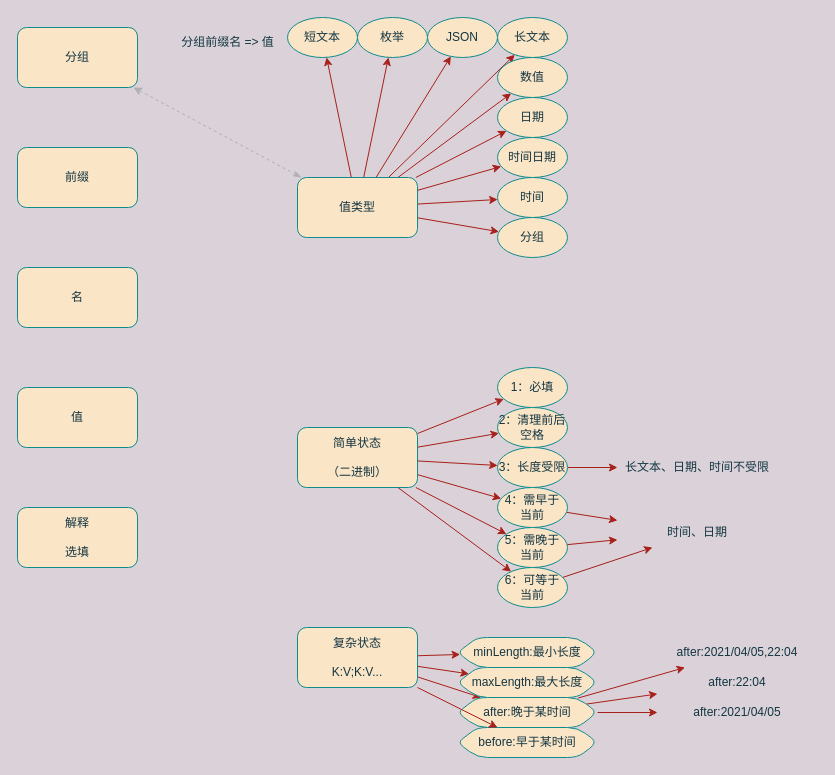
This is API 推测图.drawio from uiosun/diagrams, a draw.io file, before an edit. Source tidied: cells renumbered, new cells numbered last; positions are measured from the earlier drawing's top-left corner, leaving out a move shared by most shapes. Both pictures are drawn from the tidied source at 100%, with x=0, y=0 at pixel (17, 17).
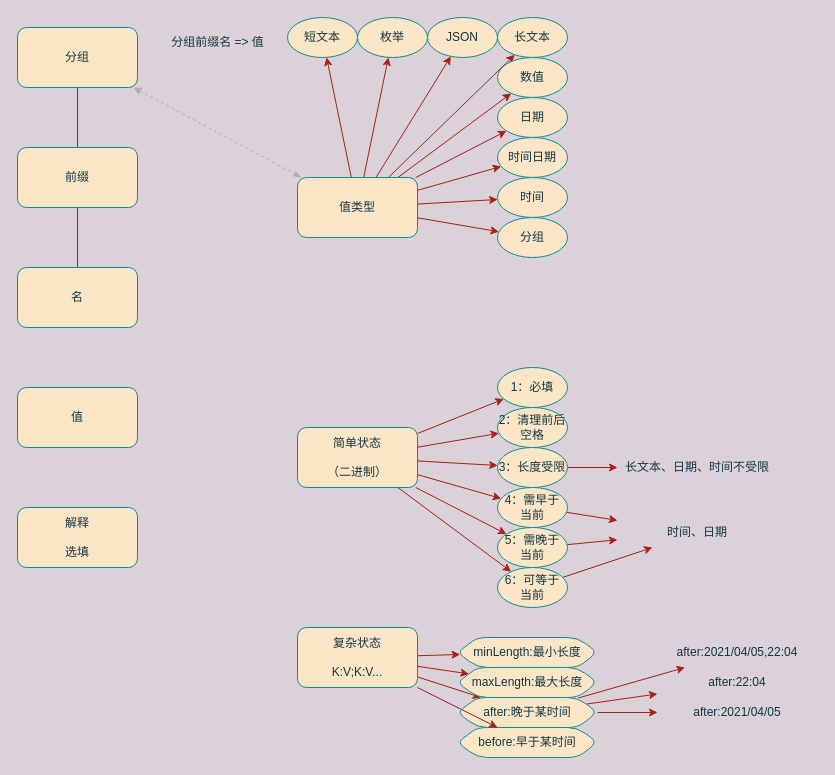
Above is the later version.

Unchanged cells that the change refers to:
```xml
<mxCell id="13" value="分组" style="rounded=1;whiteSpace=wrap;html=1;fillColor=#FAE5C7;strokeColor=#0F8B8D;fontColor=#143642;" parent="1" vertex="1">
  <mxGeometry y="10" width="120" height="60" as="geometry" />
</mxCell>
<mxCell id="14" value="前缀" style="rounded=1;whiteSpace=wrap;html=1;fillColor=#FAE5C7;strokeColor=#0F8B8D;fontColor=#143642;" parent="1" vertex="1">
  <mxGeometry y="130" width="120" height="60" as="geometry" />
</mxCell>
<mxCell id="15" value="名" style="rounded=1;whiteSpace=wrap;html=1;fillColor=#FAE5C7;strokeColor=#0F8B8D;fontColor=#143642;" parent="1" vertex="1">
  <mxGeometry y="250" width="120" height="60" as="geometry" />
</mxCell>
```

What changed in the source:
```diff
@@
+    <mxCell id="62" style="edgeStyle=none;curved=0;rounded=1;sketch=0;jettySize=auto;html=1;fontColor=#143642;startArrow=none;startFill=0;strokeColor=#A8201A;fillColor=#FAE5C7;endArrow=none;endFill=0;" parent="1" edge="1" source="13" target="14">
+      <mxGeometry relative="1" as="geometry" />
+    </mxCell>
@@
+    <mxCell id="63" style="edgeStyle=none;curved=0;rounded=1;sketch=0;jettySize=auto;html=1;fontColor=#143642;startArrow=none;startFill=0;endArrow=none;endFill=0;strokeColor=#A8201A;fillColor=#FAE5C7;" parent="1" edge="1" source="14" target="15">
+      <mxGeometry relative="1" as="geometry" />
+    </mxCell>
@@
     <mxCell id="34" value="分组前缀名 =&amp;gt; 值" style="text;html=1;align=center;verticalAlign=middle;strokeColor=none;fillColor=none;fontColor=#143642;" parent="1" vertex="1">
-      <mxGeometry x="150" y="10" width="120" height="30" as="geometry" />
+      <mxGeometry x="140" y="10" width="120" height="30" as="geometry" />
     </mxCell>
```
